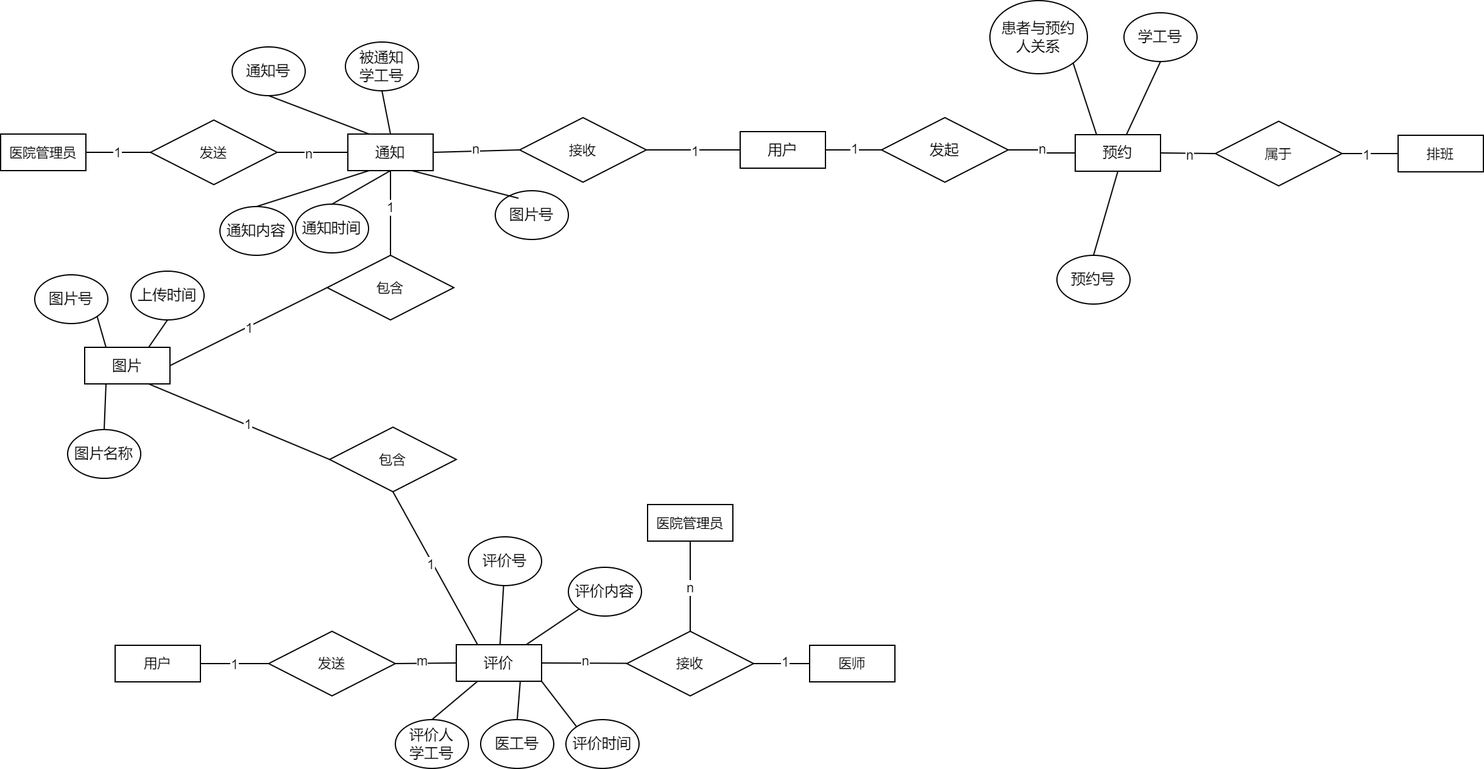
Earlier version of the draw.io export docs/系统设计报告/images/dividedER5.png (Meng-XuanYu/Medical_System). Source tidied: cells renumbered, new cells last; positions are measured from the earlier drawing's top-left corner, leaving out a move shared by most shapes.
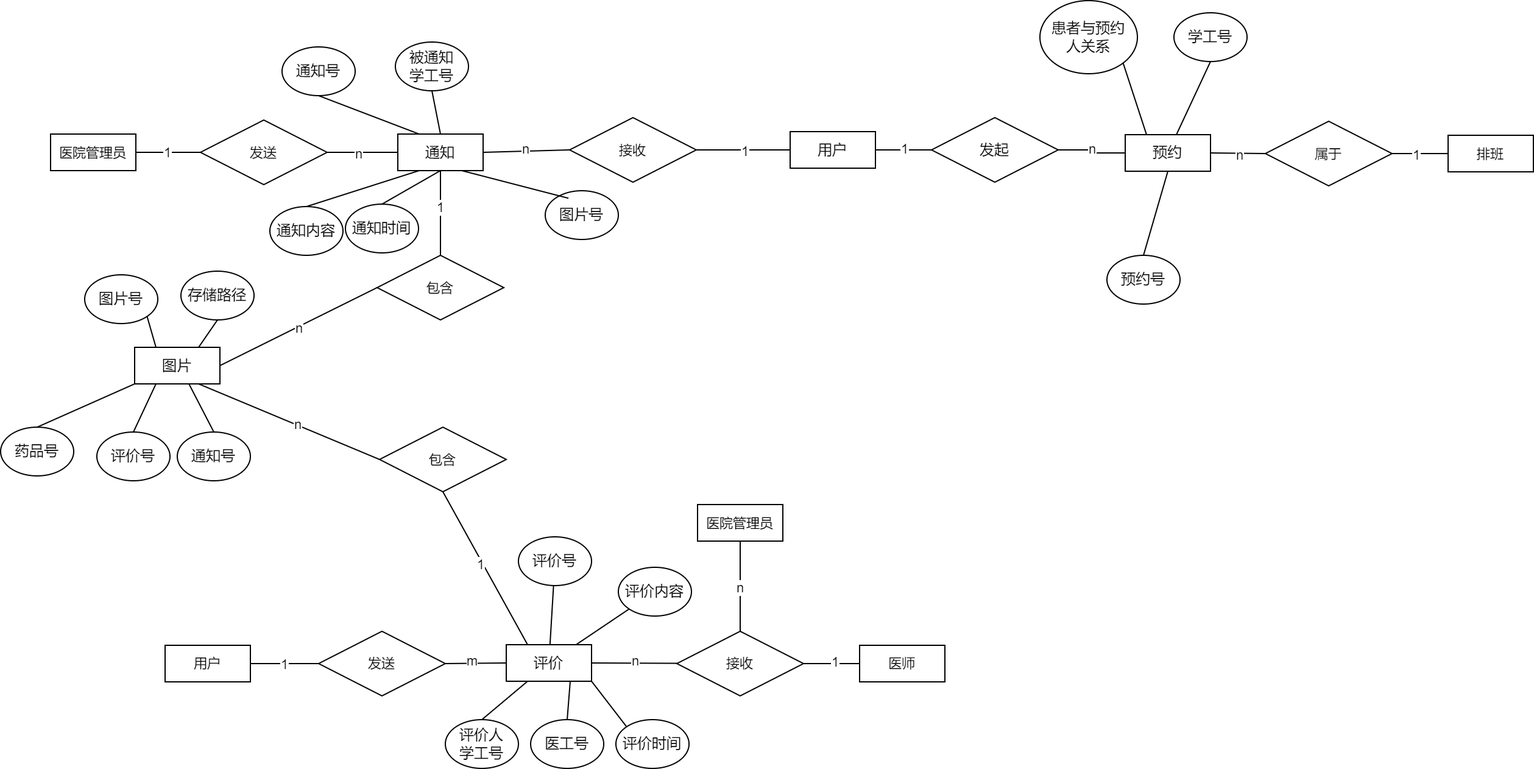
Later version of the same file.

Diff of the diagram source:
```diff
@@ -229,14 +229,14 @@
     <mxCell id="74" style="edgeStyle=none;shape=connector;rounded=0;jettySize=auto;html=1;exitX=0.5;exitY=1;exitDx=0;exitDy=0;entryX=0.75;entryY=0;entryDx=0;entryDy=0;strokeColor=default;align=center;verticalAlign=middle;fontFamily=Helvetica;fontSize=11;fontColor=default;labelBackgroundColor=default;endArrow=none;endFill=0;" parent="1" edge="1" source="75" target="71">
       <mxGeometry relative="1" as="geometry" />
     </mxCell>
-    <mxCell id="75" value="上传时间" style="ellipse;whiteSpace=wrap;html=1;strokeColor=default;align=center;verticalAlign=middle;fontFamily=Helvetica;fontSize=12;fontColor=default;fillColor=default;" parent="1" vertex="1">
+    <mxCell id="75" value="&lt;div&gt;存储路径&lt;/div&gt;" style="ellipse;whiteSpace=wrap;html=1;strokeColor=default;align=center;verticalAlign=middle;fontFamily=Helvetica;fontSize=12;fontColor=default;fillColor=default;" parent="1" vertex="1">
       <mxGeometry x="107" y="222" width="60" height="40" as="geometry" />
     </mxCell>
     <mxCell id="76" style="edgeStyle=none;shape=connector;rounded=0;jettySize=auto;html=1;exitX=0.5;exitY=0;exitDx=0;exitDy=0;entryX=0.25;entryY=1;entryDx=0;entryDy=0;strokeColor=default;align=center;verticalAlign=middle;fontFamily=Helvetica;fontSize=11;fontColor=default;labelBackgroundColor=default;endArrow=none;endFill=0;" parent="1" edge="1" source="77" target="71">
       <mxGeometry relative="1" as="geometry" />
     </mxCell>
-    <mxCell id="77" value="图片名称" style="ellipse;whiteSpace=wrap;html=1;strokeColor=default;align=center;verticalAlign=middle;fontFamily=Helvetica;fontSize=12;fontColor=default;fillColor=default;" parent="1" vertex="1">
-      <mxGeometry x="55" y="352" width="60" height="40" as="geometry" />
+    <mxCell id="77" value="评价号" style="ellipse;whiteSpace=wrap;html=1;strokeColor=default;align=center;verticalAlign=middle;fontFamily=Helvetica;fontSize=12;fontColor=default;fillColor=default;" parent="1" vertex="1">
+      <mxGeometry x="38" y="354" width="60" height="40" as="geometry" />
     </mxCell>
     <mxCell id="78" value="图片号" style="ellipse;whiteSpace=wrap;html=1;strokeColor=default;align=center;verticalAlign=middle;fontFamily=Helvetica;fontSize=12;fontColor=default;fillColor=default;" parent="1" vertex="1">
       <mxGeometry x="406" y="156" width="60" height="40" as="geometry" />
@@ -247,7 +247,7 @@
     <mxCell id="80" style="edgeStyle=none;shape=connector;rounded=0;jettySize=auto;html=1;exitX=0;exitY=0.5;exitDx=0;exitDy=0;entryX=1;entryY=0.5;entryDx=0;entryDy=0;strokeColor=default;align=center;verticalAlign=middle;fontFamily=Helvetica;fontSize=11;fontColor=default;labelBackgroundColor=default;endArrow=none;endFill=0;" parent="1" edge="1" source="82" target="71">
       <mxGeometry relative="1" as="geometry" />
     </mxCell>
-    <mxCell id="81" value="1" style="edgeLabel;html=1;align=center;verticalAlign=middle;fontFamily=Helvetica;fontSize=11;fontColor=default;labelBackgroundColor=default;" parent="80" vertex="1">
+    <mxCell id="81" value="n" style="edgeLabel;html=1;align=center;verticalAlign=middle;fontFamily=Helvetica;fontSize=11;fontColor=default;labelBackgroundColor=default;" parent="80" vertex="1">
       <mxGeometry y="1" relative="1" as="geometry" />
     </mxCell>
     <mxCell id="82" value="包含" style="rhombus;whiteSpace=wrap;html=1;fontFamily=Helvetica;fontSize=11;fontColor=default;labelBackgroundColor=default;" parent="1" vertex="1">
@@ -256,11 +256,23 @@
     <mxCell id="83" style="edgeStyle=none;shape=connector;rounded=0;jettySize=auto;html=1;exitX=0;exitY=0.5;exitDx=0;exitDy=0;entryX=0.75;entryY=1;entryDx=0;entryDy=0;strokeColor=default;align=center;verticalAlign=middle;fontFamily=Helvetica;fontSize=11;fontColor=default;labelBackgroundColor=default;endArrow=none;endFill=0;" parent="1" edge="1" source="85" target="71">
       <mxGeometry relative="1" as="geometry" />
     </mxCell>
-    <mxCell id="84" value="1" style="edgeLabel;html=1;align=center;verticalAlign=middle;fontFamily=Helvetica;fontSize=11;fontColor=default;labelBackgroundColor=default;" parent="83" vertex="1">
+    <mxCell id="84" value="n" style="edgeLabel;html=1;align=center;verticalAlign=middle;fontFamily=Helvetica;fontSize=11;fontColor=default;labelBackgroundColor=default;" parent="83" vertex="1">
       <mxGeometry x="-0.08" y="-1" relative="1" as="geometry" />
     </mxCell>
     <mxCell id="85" value="包含" style="rhombus;whiteSpace=wrap;html=1;fontFamily=Helvetica;fontSize=11;fontColor=default;labelBackgroundColor=default;" parent="1" vertex="1">
       <mxGeometry x="270" y="350" width="104" height="53" as="geometry" />
     </mxCell>
+    <mxCell id="86" value="通知号" style="ellipse;whiteSpace=wrap;html=1;strokeColor=default;align=center;verticalAlign=middle;fontFamily=Helvetica;fontSize=12;fontColor=default;fillColor=default;" parent="1" vertex="1">
+      <mxGeometry x="104" y="354" width="60" height="40" as="geometry" />
+    </mxCell>
+    <mxCell id="87" style="edgeStyle=none;shape=connector;rounded=0;jettySize=auto;html=1;exitX=0.5;exitY=0;exitDx=0;exitDy=0;entryX=0.638;entryY=1.006;entryDx=0;entryDy=0;entryPerimeter=0;strokeColor=default;align=center;verticalAlign=middle;fontFamily=Helvetica;fontSize=11;fontColor=default;labelBackgroundColor=default;endArrow=none;endFill=0;" parent="1" edge="1" source="86" target="71">
+      <mxGeometry relative="1" as="geometry" />
+    </mxCell>
+    <mxCell id="88" style="edgeStyle=none;shape=connector;rounded=0;jettySize=auto;html=1;exitX=0.5;exitY=0;exitDx=0;exitDy=0;entryX=0;entryY=1;entryDx=0;entryDy=0;strokeColor=default;align=center;verticalAlign=middle;fontFamily=Helvetica;fontSize=11;fontColor=default;labelBackgroundColor=default;endArrow=none;endFill=0;" parent="1" edge="1" source="89" target="71">
+      <mxGeometry relative="1" as="geometry" />
+    </mxCell>
+    <mxCell id="89" value="药品号" style="ellipse;whiteSpace=wrap;html=1;strokeColor=default;align=center;verticalAlign=middle;fontFamily=Helvetica;fontSize=12;fontColor=default;fillColor=default;" parent="1" vertex="1">
+      <mxGeometry x="-41" y="350" width="60" height="40" as="geometry" />
+    </mxCell>
   </root>
 </mxGraphModel>
```
